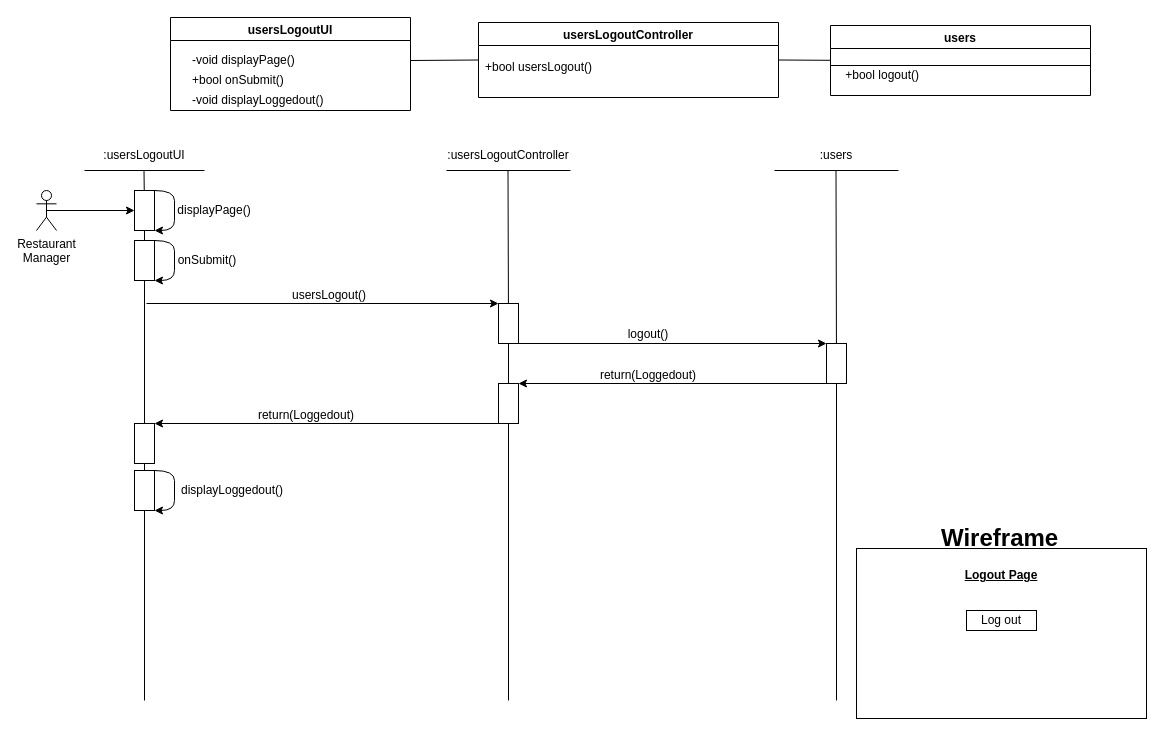
Above: BCE_UML_and_Diagrams/Userstory#14/UserStory#14_BCE_SEQ.drawio in extred5700/JAVAGUI-Restaurant-Table-Order-System (draw.io), before the change. Source tidied: cells renumbered, new cells numbered last; positions are measured from the earlier drawing's top-left corner, leaving out a move shared by most shapes. Both pictures are drawn from the tidied source at 100%, with x=0, y=0 at pixel (36, 17).
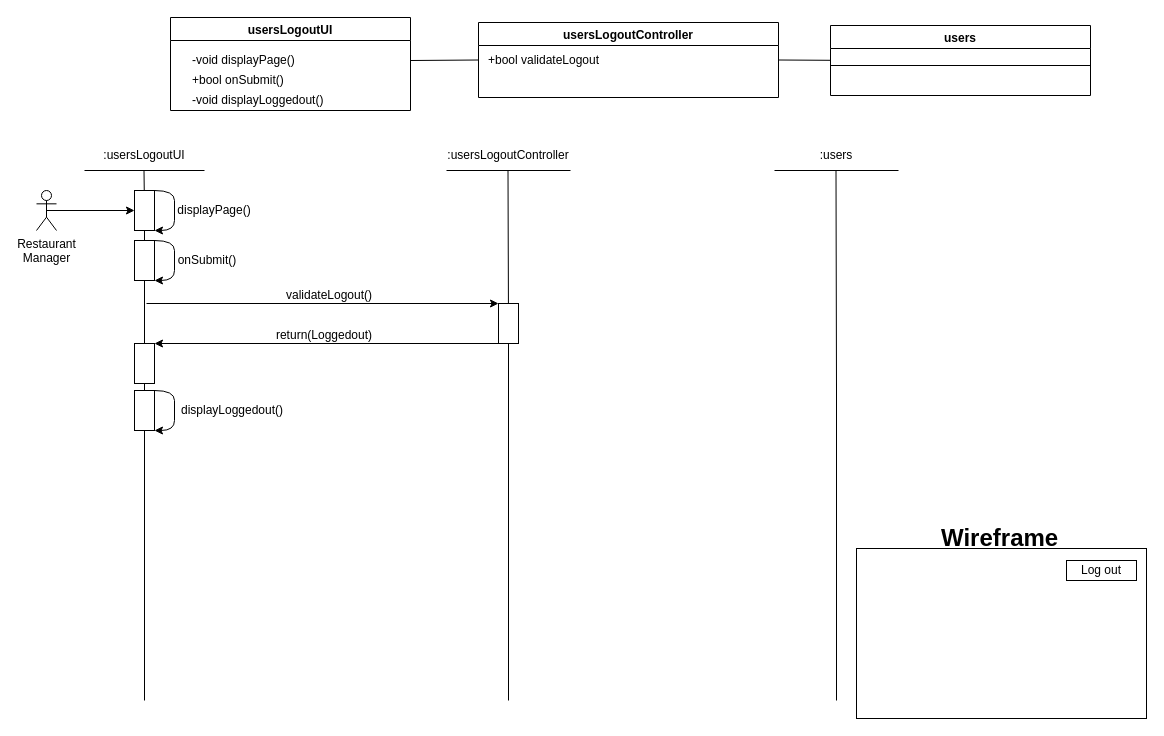
Above is the later version.

Commit message (it also covers changes not shown here):
Updated BCE UML for logout userstories

The change refers to these unchanged cells:
```xml
<mxCell id="6" value="usersLogoutController" style="swimlane;" parent="1" vertex="1">
  <mxGeometry x="442" y="5" width="300" height="75" as="geometry" />
</mxCell>
<mxCell id="8" value="users" style="swimlane;strokeColor=default;" parent="1" vertex="1">
  <mxGeometry x="794" y="8" width="260" height="70" as="geometry" />
</mxCell>
<mxCell id="31" style="rounded=0;whiteSpace=wrap;html=1;strokeColor=default;" parent="1" vertex="1">
  <mxGeometry x="462" y="286" width="20" height="40" as="geometry" />
</mxCell>
```

Change to the diagram source:
```diff
@@
-    <mxCell id="7" value="+bool usersLogout()" style="text;html=1;align=center;verticalAlign=middle;strokeColor=none;fillColor=none;" parent="6" vertex="1">
-      <mxGeometry y="35" width="120" height="20" as="geometry" />
+    <mxCell id="7" value="+bool validateLogout" style="text;html=1;align=center;verticalAlign=middle;strokeColor=none;fillColor=none;" parent="6" vertex="1">
+      <mxGeometry y="27.5" width="130" height="20" as="geometry" />
     </mxCell>
@@
-    <mxCell id="9" value="&lt;div style=&quot;text-align: center&quot;&gt;&lt;span&gt;+bool logout(&lt;/span&gt;&lt;span style=&quot;text-align: left&quot;&gt;)&lt;/span&gt;&lt;/div&gt;" style="text;html=1;align=right;verticalAlign=middle;strokeColor=none;fillColor=none;" parent="8" vertex="1">
-      <mxGeometry y="40" width="90" height="20" as="geometry" />
-    </mxCell>
@@
-    <mxCell id="23" style="endArrow=none;html=1;rounded=0;startArrow=none;" parent="1" edge="1" source="35">
+    <mxCell id="23" style="endArrow=none;html=1;rounded=0;startArrow=none;" parent="1" edge="1">
       <mxGeometry relative="1" as="geometry">
+        <mxPoint x="800" y="373" as="sourcePoint" />
         <mxPoint x="799.5" y="153" as="targetPoint" />
       </mxGeometry>
     </mxCell>
@@
-    <mxCell id="32" style="endArrow=none;html=1;rounded=0;startArrow=none;" parent="1" edge="1" source="39" target="31">
-      <mxGeometry relative="1" as="geometry" />
-    </mxCell>
@@
-    <mxCell id="34" value="usersLogout()" style="text;html=1;strokeColor=none;fillColor=none;align=center;verticalAlign=middle;whiteSpace=wrap;rounded=0;" parent="1" vertex="1">
+    <mxCell id="34" value="validateLogout()" style="text;html=1;strokeColor=none;fillColor=none;align=center;verticalAlign=middle;whiteSpace=wrap;rounded=0;" parent="1" vertex="1">
       <mxGeometry x="245" y="263" width="96" height="30" as="geometry" />
     </mxCell>
-    <mxCell id="35" style="rounded=0;whiteSpace=wrap;html=1;strokeColor=default;" parent="1" vertex="1">
-      <mxGeometry x="790" y="326" width="20" height="40" as="geometry" />
-    </mxCell>
-    <mxCell id="36" style="endArrow=none;html=1;rounded=0;" parent="1" edge="1" target="35">
+    <mxCell id="36" style="endArrow=none;html=1;rounded=0;" parent="1" edge="1">
       <mxGeometry relative="1" as="geometry">
         <mxPoint x="800" y="683" as="sourcePoint" />
+        <mxPoint x="800" y="366" as="targetPoint" />
       </mxGeometry>
     </mxCell>
-    <mxCell id="37" style="endArrow=classic;html=1;rounded=0;entryX=0;entryY=0;entryDx=0;entryDy=0;exitX=1;exitY=1;exitDx=0;exitDy=0;" parent="1" edge="1" source="31" target="35">
-      <mxGeometry relative="1" as="geometry" />
-    </mxCell>
-    <mxCell id="38" value="logout()" style="text;html=1;strokeColor=none;fillColor=none;align=center;verticalAlign=middle;whiteSpace=wrap;rounded=0;" parent="1" vertex="1">
-      <mxGeometry x="472" y="302" width="280" height="30" as="geometry" />
-    </mxCell>
-    <mxCell id="39" style="rounded=0;whiteSpace=wrap;html=1;strokeColor=default;" parent="1" vertex="1">
-      <mxGeometry x="462" y="366" width="20" height="40" as="geometry" />
-    </mxCell>
-    <mxCell id="40" style="endArrow=none;html=1;rounded=0;" parent="1" edge="1" target="39">
+    <mxCell id="40" style="endArrow=none;html=1;rounded=0;entryX=0.5;entryY=1;entryDx=0;entryDy=0;" parent="1" edge="1" target="31">
       <mxGeometry relative="1" as="geometry">
         <mxPoint x="472" y="683" as="sourcePoint" />
       </mxGeometry>
     </mxCell>
-    <mxCell id="41" style="endArrow=classic;html=1;rounded=0;exitX=0;exitY=1;exitDx=0;exitDy=0;entryX=1;entryY=0;entryDx=0;entryDy=0;" parent="1" edge="1" source="35" target="39">
-      <mxGeometry relative="1" as="geometry" />
-    </mxCell>
-    <mxCell id="42" value="return(Loggedout)" style="text;html=1;strokeColor=none;fillColor=none;align=center;verticalAlign=middle;whiteSpace=wrap;rounded=0;" parent="1" vertex="1">
-      <mxGeometry x="472" y="343" width="280" height="30" as="geometry" />
-    </mxCell>
     <mxCell id="43" style="rounded=0;whiteSpace=wrap;html=1;strokeColor=default;" parent="1" vertex="1">
-      <mxGeometry x="98" y="406" width="20" height="40" as="geometry" />
+      <mxGeometry x="98" y="326" width="20" height="40" as="geometry" />
     </mxCell>
-    <mxCell id="44" style="endArrow=classic;html=1;rounded=0;entryX=1;entryY=0;entryDx=0;entryDy=0;exitX=0;exitY=1;exitDx=0;exitDy=0;" parent="1" edge="1" source="39" target="43">
-      <mxGeometry relative="1" as="geometry" />
+    <mxCell id="44" style="endArrow=classic;html=1;rounded=0;entryX=1;entryY=0;entryDx=0;entryDy=0;exitX=0;exitY=1;exitDx=0;exitDy=0;" parent="1" edge="1" target="43">
+      <mxGeometry relative="1" as="geometry">
+        <mxPoint x="462" y="326" as="sourcePoint" />
+      </mxGeometry>
     </mxCell>
     <mxCell id="45" value="return(Loggedout)" style="text;html=1;strokeColor=none;fillColor=none;align=center;verticalAlign=middle;whiteSpace=wrap;rounded=0;" parent="1" vertex="1">
-      <mxGeometry x="130" y="383" width="280" height="30" as="geometry" />
+      <mxGeometry x="148" y="303" width="280" height="30" as="geometry" />
     </mxCell>
     <mxCell id="46" style="rounded=0;whiteSpace=wrap;html=1;strokeColor=default;" parent="1" vertex="1">
-      <mxGeometry x="98" y="453" width="20" height="40" as="geometry" />
+      <mxGeometry x="98" y="373" width="20" height="40" as="geometry" />
     </mxCell>
     <mxCell id="47" style="curved=1;endArrow=classic;html=1;rounded=0;exitX=1;exitY=0;exitDx=0;exitDy=0;entryX=1;entryY=1;entryDx=0;entryDy=0;" parent="1" edge="1" source="46" target="46">
       <mxGeometry relative="1" as="geometry">
         <Array as="points">
-          <mxPoint x="138" y="453" />
-          <mxPoint x="138" y="473" />
-          <mxPoint x="138" y="493" />
+          <mxPoint x="138" y="373" />
+          <mxPoint x="138" y="393" />
+          <mxPoint x="138" y="413" />
         </Array>
       </mxGeometry>
     </mxCell>
     <mxCell id="48" value="d&lt;span style=&quot;text-align: left&quot;&gt;isplayLoggedout()&lt;/span&gt;" style="text;html=1;strokeColor=none;fillColor=none;align=center;verticalAlign=middle;whiteSpace=wrap;rounded=0;" parent="1" vertex="1">
-      <mxGeometry x="148" y="458" width="96" height="30" as="geometry" />
+      <mxGeometry x="148" y="378" width="96" height="30" as="geometry" />
     </mxCell>
@@
-    <mxCell id="51" value="Logout Page" style="text;html=1;strokeColor=none;fillColor=none;align=center;verticalAlign=middle;whiteSpace=wrap;rounded=0;fontStyle=5;" parent="1" vertex="1">
-      <mxGeometry x="920" y="543" width="90" height="30" as="geometry" />
-    </mxCell>
     <mxCell id="52" value="Log out" style="rounded=0;whiteSpace=wrap;html=1;strokeColor=default;" parent="1" vertex="1">
-      <mxGeometry x="930" y="593" width="70" height="20" as="geometry" />
+      <mxGeometry x="1030" y="543" width="70" height="20" as="geometry" />
     </mxCell>
```
